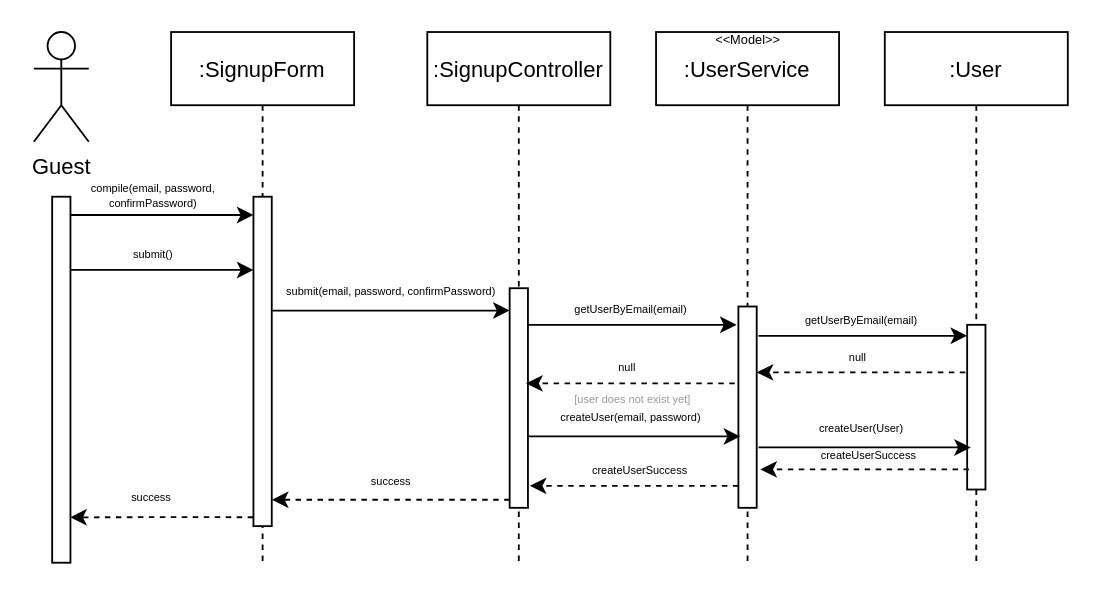
Before: page "Registrazione" (1 of 4) of Docs/Requirements Analysis/Diagrams/Sequence Diagrams/Autenticazione/Winer.SequenceDiagrams.Autenticazione.drawio in Gprisco/winer-unisa, a draw.io diagram. Source tidied: cells renumbered, new cells numbered last; positions are measured from the earlier drawing's top-left corner, leaving out a move shared by most shapes. Both pictures are drawn from the tidied source at 183%, with x=0, y=0 at pixel (33, 31).
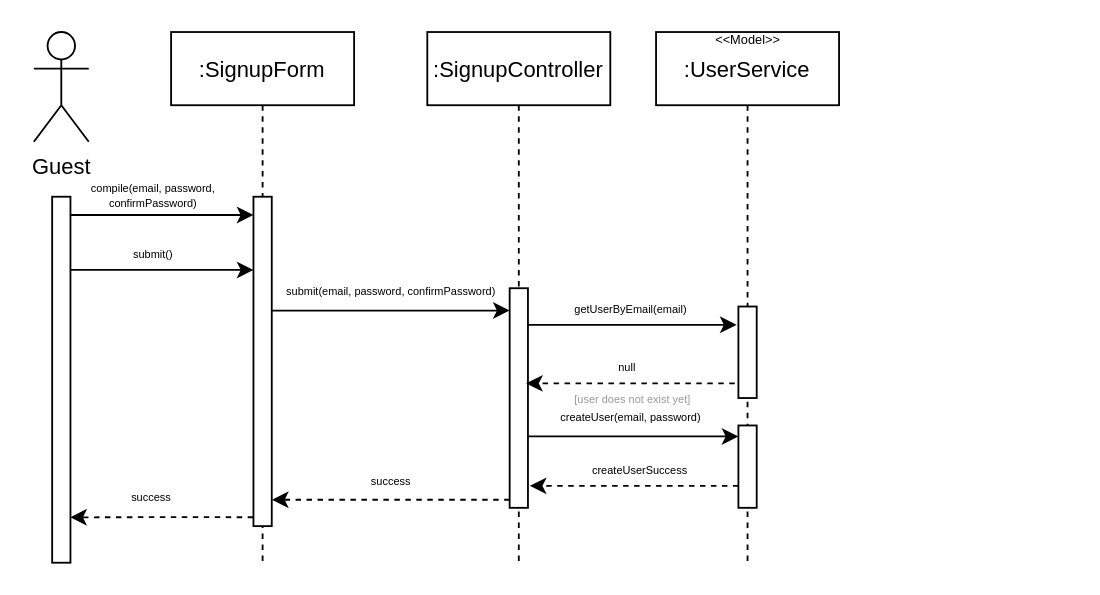
Above is the later version.

Unchanged cells that the change refers to:
```xml
<mxCell id="14" value=":UserService" style="shape=umlLifeline;perimeter=lifelinePerimeter;rounded=0;shadow=0;strokeWidth=1;" parent="1" vertex="1">
  <mxGeometry x="340" width="100" height="290" as="geometry" />
</mxCell>
```

Diff of the diagram source:
```diff
@@
     <mxCell id="15" style="perimeter=orthogonalPerimeter;rounded=0;shadow=0;strokeWidth=1;" parent="14" vertex="1">
-      <mxGeometry x="45" y="150" width="10" height="110" as="geometry" />
+      <mxGeometry x="45" y="150" width="10" height="50" as="geometry" />
     </mxCell>
@@
+    <mxCell id="40" style="points=[];perimeter=orthogonalPerimeter;rounded=0;shadow=0;strokeWidth=1;" parent="14" vertex="1">
+      <mxGeometry x="45" y="215" width="10" height="45" as="geometry" />
+    </mxCell>
@@
-    <mxCell id="22" style="edgeStyle=orthogonalEdgeStyle;rounded=0;orthogonalLoop=1;jettySize=auto;html=1;entryX=0.1;entryY=0.75;entryDx=0;entryDy=0;entryPerimeter=0;fontSize=6;" parent="1" edge="1">
+    <mxCell id="22" style="edgeStyle=orthogonalEdgeStyle;rounded=0;jettySize=auto;html=1;fontSize=6;" parent="1" edge="1" target="40">
       <mxGeometry relative="1" as="geometry">
         <mxPoint x="270" y="221" as="sourcePoint" />
-        <mxPoint x="386" y="221" as="targetPoint" />
         <Array as="points">
-          <mxPoint x="295" y="221" />
-          <mxPoint x="295" y="221" />
+          <mxPoint x="355" y="221" />
+          <mxPoint x="355" y="221" />
         </Array>
       </mxGeometry>
     </mxCell>
@@
-    <mxCell id="24" style="edgeStyle=orthogonalEdgeStyle;rounded=0;orthogonalLoop=1;jettySize=auto;html=1;fontSize=6;dashed=1;" parent="1" edge="1">
+    <mxCell id="24" style="edgeStyle=orthogonalEdgeStyle;rounded=0;jettySize=auto;html=1;fontSize=6;dashed=1;" parent="1" edge="1" source="40">
       <mxGeometry relative="1" as="geometry">
-        <mxPoint x="385" y="248" as="sourcePoint" />
         <mxPoint x="271" y="248" as="targetPoint" />
         <Array as="points">
-          <mxPoint x="271" y="248" />
+          <mxPoint x="355" y="248" />
+          <mxPoint x="355" y="248" />
         </Array>
       </mxGeometry>
     </mxCell>
@@
-    <mxCell id="30" value=":User" style="shape=umlLifeline;perimeter=lifelinePerimeter;rounded=0;shadow=0;strokeWidth=1;" parent="1" vertex="1">
-      <mxGeometry x="465" width="100" height="290" as="geometry" />
-    </mxCell>
-    <mxCell id="31" style="perimeter=orthogonalPerimeter;rounded=0;shadow=0;strokeWidth=1;" parent="30" vertex="1">
-      <mxGeometry x="45" y="160" width="10" height="90" as="geometry" />
-    </mxCell>
-    <mxCell id="32" value="createUserSuccess" style="text;html=1;align=center;verticalAlign=middle;strokeColor=none;fillColor=none;fontSize=6;" parent="30" vertex="1">
-      <mxGeometry x="-44" y="227" width="70" height="10" as="geometry" />
-    </mxCell>
-    <mxCell id="33" style="edgeStyle=orthogonalEdgeStyle;rounded=0;orthogonalLoop=1;jettySize=auto;html=1;fontSize=6;" parent="1" edge="1">
-      <mxGeometry relative="1" as="geometry">
-        <mxPoint x="396" y="166" as="sourcePoint" />
-        <mxPoint x="510" y="166" as="targetPoint" />
-        <Array as="points">
-          <mxPoint x="510" y="166" />
-        </Array>
-      </mxGeometry>
-    </mxCell>
-    <mxCell id="34" style="edgeStyle=orthogonalEdgeStyle;rounded=0;orthogonalLoop=1;jettySize=auto;html=1;fontSize=6;dashed=1;" parent="1" edge="1">
-      <mxGeometry relative="1" as="geometry">
-        <mxPoint x="509" y="186" as="sourcePoint" />
-        <mxPoint x="395" y="186" as="targetPoint" />
-        <Array as="points">
-          <mxPoint x="395" y="186" />
-        </Array>
-      </mxGeometry>
-    </mxCell>
-    <mxCell id="35" value="null" style="text;html=1;align=center;verticalAlign=middle;strokeColor=none;fillColor=none;fontSize=6;" parent="1" vertex="1">
-      <mxGeometry x="440" y="173" width="20" height="10" as="geometry" />
-    </mxCell>
-    <mxCell id="36" style="edgeStyle=orthogonalEdgeStyle;rounded=0;orthogonalLoop=1;jettySize=auto;html=1;entryX=0.1;entryY=0.75;entryDx=0;entryDy=0;entryPerimeter=0;fontSize=6;" parent="1" edge="1">
-      <mxGeometry relative="1" as="geometry">
-        <mxPoint x="396" y="227" as="sourcePoint" />
-        <mxPoint x="512" y="227" as="targetPoint" />
-        <Array as="points">
-          <mxPoint x="421" y="227" />
-          <mxPoint x="421" y="227" />
-        </Array>
-      </mxGeometry>
-    </mxCell>
-    <mxCell id="37" value="createUser(User)" style="text;html=1;align=center;verticalAlign=middle;strokeColor=none;fillColor=none;fontSize=6;" parent="1" vertex="1">
-      <mxGeometry x="422" y="212" width="60" height="10" as="geometry" />
-    </mxCell>
-    <mxCell id="38" style="edgeStyle=orthogonalEdgeStyle;rounded=0;orthogonalLoop=1;jettySize=auto;html=1;fontSize=6;dashed=1;" parent="1" edge="1">
-      <mxGeometry relative="1" as="geometry">
-        <mxPoint x="511" y="239" as="sourcePoint" />
-        <mxPoint x="397" y="239" as="targetPoint" />
-        <Array as="points">
-          <mxPoint x="397" y="239" />
-        </Array>
-      </mxGeometry>
-    </mxCell>
-    <mxCell id="39" value="getUserByEmail(email)" style="text;html=1;align=center;verticalAlign=middle;strokeColor=none;fillColor=none;fontSize=6;" parent="1" vertex="1">
-      <mxGeometry x="412" y="153" width="80" height="10" as="geometry" />
-    </mxCell>
```
